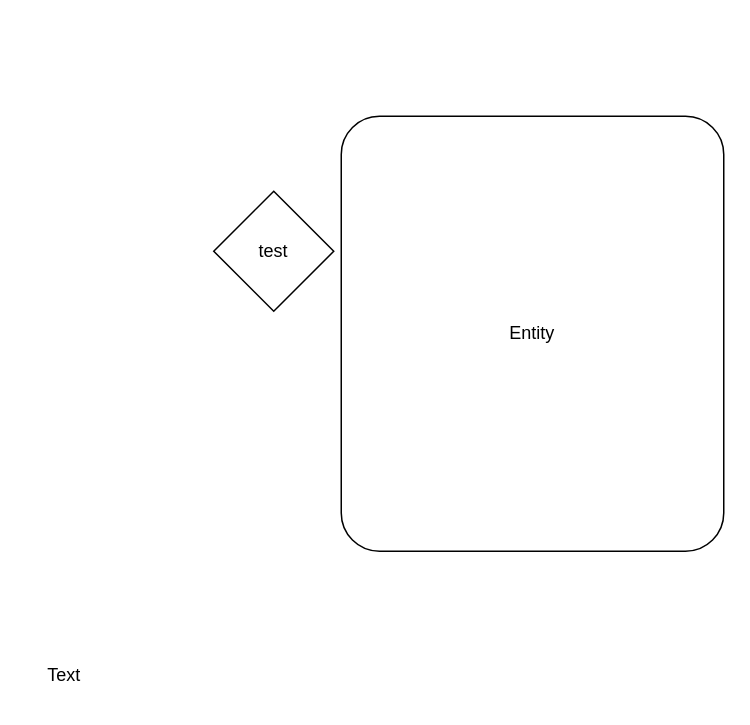
The draw.io diagram Untitled Diagram.drawio in diego-karsa/Data-Management-Group-15, before the edit. Source tidied: cells renumbered, new cells numbered last; positions are measured from the earlier drawing's top-left corner, leaving out a move shared by most shapes. Both pictures are drawn from the tidied source at 150%, with x=0, y=0 at pixel (26, 116).
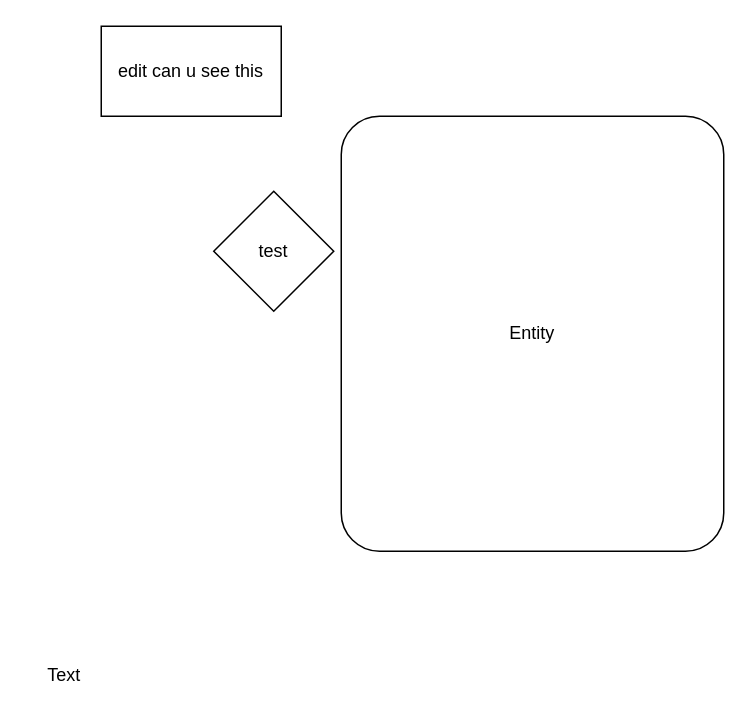
The same page after the edit.

Commit message (it also covers changes not shown here):
can you see this

What changed in the source:
```diff
@@
 <mxGraphModel>
   <root>
     <mxCell id="0" />
     <mxCell id="1" parent="0" />
     <mxCell id="2" value="test" style="rhombus;whiteSpace=wrap;html=1;" parent="1" vertex="1">
       <mxGeometry x="125" y="50" width="80" height="80" as="geometry" />
     </mxCell>
     <mxCell id="3" value="Entity" style="rounded=1;arcSize=10;whiteSpace=wrap;html=1;align=center;" parent="1" vertex="1">
       <mxGeometry x="210" width="255" height="290" as="geometry" />
     </mxCell>
     <mxCell id="4" value="Text" style="text;html=1;align=center;verticalAlign=middle;strokeColor=none;fillColor=none;" parent="1" vertex="1">
       <mxGeometry y="358" width="50" height="30" as="geometry" />
     </mxCell>
+    <mxCell id="5" value="edit can u see this" style="rounded=0;whiteSpace=wrap;html=1;" parent="1" vertex="1">
+      <mxGeometry x="50" y="-60" width="120" height="60" as="geometry" />
+    </mxCell>
   </root>
 </mxGraphModel>
```
